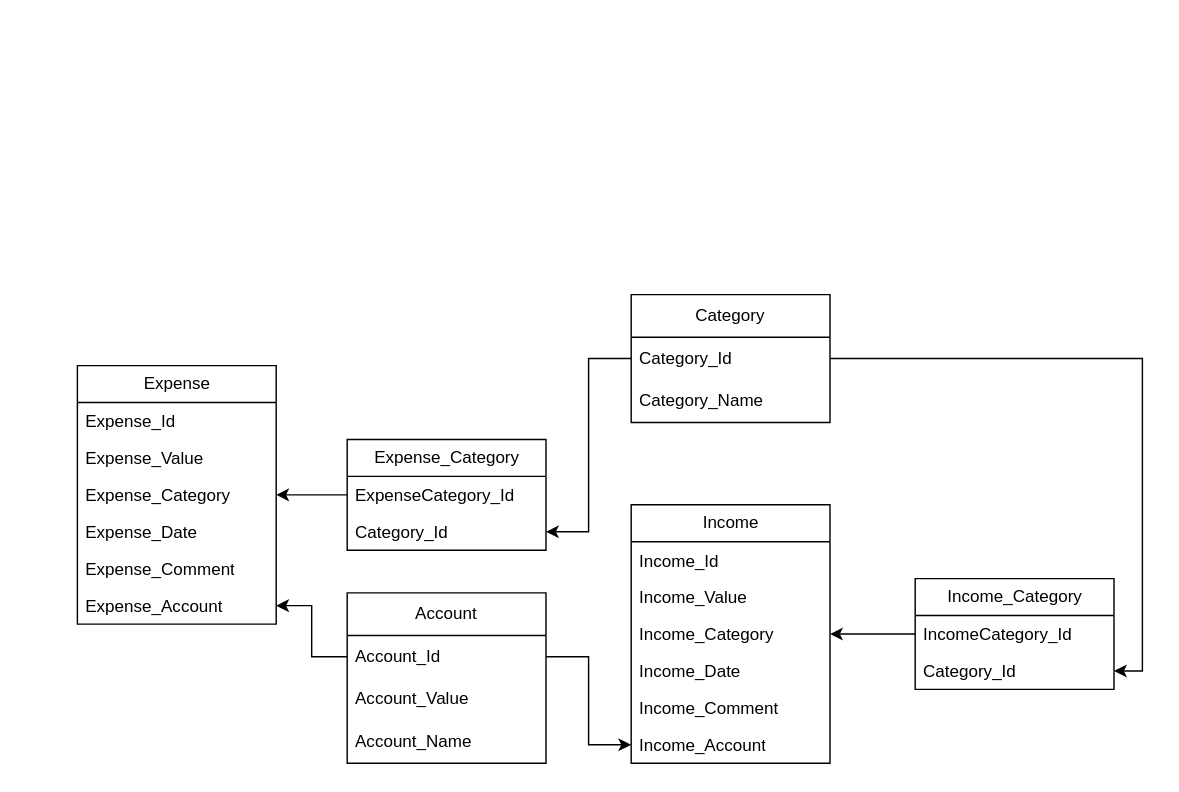
Before: MoneyTrackerDiagram.drawio in coll4psed/MoneyTracker, a draw.io diagram. Source tidied: cells renumbered, new cells numbered last; positions are measured from the earlier drawing's top-left corner, leaving out a move shared by most shapes. Both pictures are drawn from the tidied source at 142%, with x=0, y=0 at pixel (77, 294).
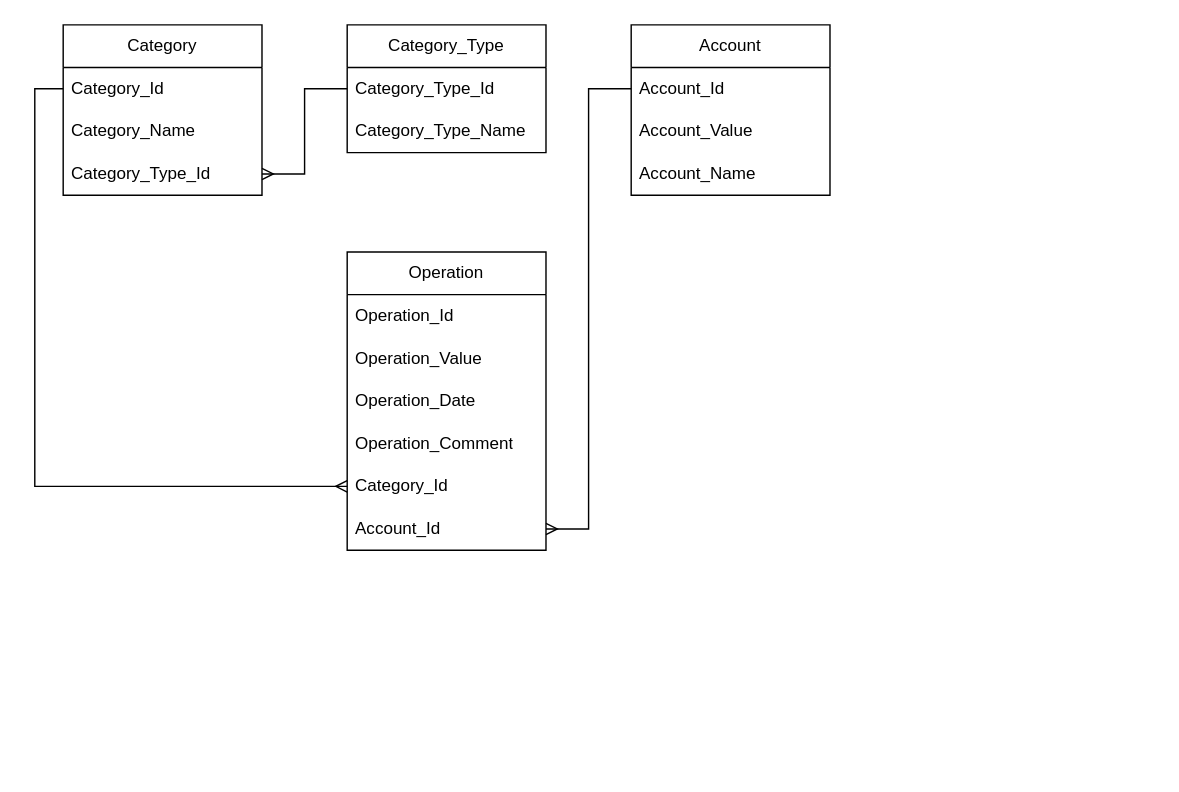
The same diagram, later.

The change refers to these unchanged cells:
```xml
<mxCell id="25" value="Account_Id" style="text;strokeColor=none;fillColor=none;align=left;verticalAlign=middle;spacingLeft=4;spacingRight=4;overflow=hidden;points=[[0,0.5],[1,0.5]];portConstraint=eastwest;whiteSpace=wrap;html=1;" parent="24" vertex="1">
  <mxGeometry y="30" width="140" height="30" as="geometry" />
</mxCell>
<mxCell id="31" value="Category_Id" style="text;strokeColor=none;fillColor=none;align=left;verticalAlign=middle;spacingLeft=4;spacingRight=4;overflow=hidden;points=[[0,0.5],[1,0.5]];portConstraint=eastwest;whiteSpace=wrap;html=1;" parent="30" vertex="1">
  <mxGeometry y="30" width="140" height="30" as="geometry" />
</mxCell>
```

Change to the diagram source:
```diff
@@
-    <mxCell id="2" value="Expense" style="swimlane;fontStyle=0;horizontal=1;startSize=26;fillColor=none;html=1;" parent="1" vertex="1">
-      <mxGeometry y="50" width="140" height="182" as="geometry" />
-    </mxCell>
-    <mxCell id="3" value="Expense_Id" style="text;strokeColor=none;fillColor=none;align=left;verticalAlign=top;spacingLeft=4;spacingRight=4;overflow=hidden;whiteSpace=wrap;html=1;" parent="2" vertex="1">
-      <mxGeometry y="26" width="140" height="26" as="geometry" />
-    </mxCell>
-    <mxCell id="4" value="Expense_Value" style="text;strokeColor=none;fillColor=none;align=left;verticalAlign=top;spacingLeft=4;spacingRight=4;overflow=hidden;whiteSpace=wrap;html=1;" parent="2" vertex="1">
-      <mxGeometry y="52" width="140" height="26" as="geometry" />
-    </mxCell>
-    <mxCell id="5" value="Expense_Category" style="text;strokeColor=none;fillColor=none;align=left;verticalAlign=top;spacingLeft=4;spacingRight=4;overflow=hidden;points=[[0,0.5],[1,0.5]];portConstraint=eastwest;whiteSpace=wrap;html=1;" parent="2" vertex="1">
-      <mxGeometry y="78" width="140" height="26" as="geometry" />
-    </mxCell>
-    <mxCell id="6" value="Expense_Date" style="text;strokeColor=none;fillColor=none;align=left;verticalAlign=top;spacingLeft=4;spacingRight=4;overflow=hidden;whiteSpace=wrap;html=1;" parent="2" vertex="1">
-      <mxGeometry y="104" width="140" height="26" as="geometry" />
-    </mxCell>
-    <mxCell id="7" value="Expense_Comment" style="text;strokeColor=none;fillColor=none;align=left;verticalAlign=top;spacingLeft=4;spacingRight=4;overflow=hidden;whiteSpace=wrap;html=1;" parent="2" vertex="1">
-      <mxGeometry y="130" width="140" height="26" as="geometry" />
-    </mxCell>
-    <mxCell id="8" value="Expense_Account" style="text;strokeColor=none;fillColor=none;align=left;verticalAlign=top;spacingLeft=4;spacingRight=4;overflow=hidden;points=[[0,0.5],[1,0.5]];portConstraint=eastwest;whiteSpace=wrap;html=1;" parent="2" vertex="1">
-      <mxGeometry y="156" width="140" height="26" as="geometry" />
-    </mxCell>
-    <mxCell id="9" value="Expense_Category" style="swimlane;fontStyle=0;horizontal=1;startSize=26;fillColor=none;html=1;" parent="1" vertex="1">
-      <mxGeometry x="190" y="102" width="140" height="78" as="geometry" />
-    </mxCell>
-    <mxCell id="10" value="ExpenseCategory_Id" style="text;strokeColor=none;fillColor=none;align=left;verticalAlign=top;spacingLeft=4;spacingRight=4;overflow=hidden;points=[[0,0.5],[1,0.5]];portConstraint=eastwest;whiteSpace=wrap;html=1;" parent="9" vertex="1">
-      <mxGeometry y="26" width="140" height="26" as="geometry" />
-    </mxCell>
-    <mxCell id="11" value="Category_Id" style="text;strokeColor=none;fillColor=none;align=left;verticalAlign=top;spacingLeft=4;spacingRight=4;overflow=hidden;points=[[0,0.5],[1,0.5]];portConstraint=eastwest;whiteSpace=wrap;html=1;" parent="9" vertex="1">
-      <mxGeometry y="52" width="140" height="26" as="geometry" />
-    </mxCell>
-    <mxCell id="12" style="edgeStyle=orthogonalEdgeStyle;rounded=0;jettySize=auto;html=1;exitX=0;exitY=0.5;exitDx=0;exitDy=0;entryX=1;entryY=0.5;entryDx=0;entryDy=0;" parent="1" edge="1" source="10" target="5">
-      <mxGeometry relative="1" as="geometry" />
-    </mxCell>
-    <mxCell id="13" value="Income" style="swimlane;fontStyle=0;horizontal=1;startSize=26;fillColor=none;html=1;" parent="1" vertex="1">
-      <mxGeometry x="390" y="148" width="140" height="182" as="geometry" />
-    </mxCell>
-    <mxCell id="14" value="Income_Id" style="text;strokeColor=none;fillColor=none;align=left;verticalAlign=top;spacingLeft=4;spacingRight=4;overflow=hidden;whiteSpace=wrap;html=1;" parent="13" vertex="1">
-      <mxGeometry y="26" width="140" height="26" as="geometry" />
-    </mxCell>
-    <mxCell id="15" value="Income_Value" style="text;strokeColor=none;fillColor=none;align=left;verticalAlign=top;spacingLeft=4;spacingRight=4;overflow=hidden;whiteSpace=wrap;html=1;" parent="13" vertex="1">
-      <mxGeometry y="52" width="140" height="26" as="geometry" />
-    </mxCell>
-    <mxCell id="16" value="Income_Category" style="text;strokeColor=none;fillColor=none;align=left;verticalAlign=top;spacingLeft=4;spacingRight=4;overflow=hidden;points=[[0,0.5],[1,0.5]];portConstraint=eastwest;whiteSpace=wrap;html=1;" parent="13" vertex="1">
-      <mxGeometry y="78" width="140" height="26" as="geometry" />
-    </mxCell>
-    <mxCell id="17" value="Income_Date" style="text;strokeColor=none;fillColor=none;align=left;verticalAlign=top;spacingLeft=4;spacingRight=4;overflow=hidden;whiteSpace=wrap;html=1;" parent="13" vertex="1">
-      <mxGeometry y="104" width="140" height="26" as="geometry" />
-    </mxCell>
-    <mxCell id="18" value="Income_Comment" style="text;strokeColor=none;fillColor=none;align=left;verticalAlign=top;spacingLeft=4;spacingRight=4;overflow=hidden;whiteSpace=wrap;html=1;" parent="13" vertex="1">
-      <mxGeometry y="130" width="140" height="26" as="geometry" />
-    </mxCell>
-    <mxCell id="19" value="Income_Account" style="text;strokeColor=none;fillColor=none;align=left;verticalAlign=top;spacingLeft=4;spacingRight=4;overflow=hidden;points=[[0,0.5],[1,0.5]];portConstraint=eastwest;whiteSpace=wrap;html=1;" parent="13" vertex="1">
-      <mxGeometry y="156" width="140" height="26" as="geometry" />
-    </mxCell>
-    <mxCell id="20" value="Income_Category" style="swimlane;fontStyle=0;horizontal=1;startSize=26;fillColor=none;html=1;" parent="1" vertex="1">
-      <mxGeometry x="590" y="200" width="140" height="78" as="geometry" />
-    </mxCell>
-    <mxCell id="21" value="IncomeCategory_Id" style="text;strokeColor=none;fillColor=none;align=left;verticalAlign=top;spacingLeft=4;spacingRight=4;overflow=hidden;points=[[0,0.5],[1,0.5]];portConstraint=eastwest;whiteSpace=wrap;html=1;" parent="20" vertex="1">
-      <mxGeometry y="26" width="140" height="26" as="geometry" />
-    </mxCell>
-    <mxCell id="22" value="Category_Id" style="text;strokeColor=none;fillColor=none;align=left;verticalAlign=top;spacingLeft=4;spacingRight=4;overflow=hidden;points=[[0,0.5],[1,0.5]];portConstraint=eastwest;whiteSpace=wrap;html=1;" parent="20" vertex="1">
-      <mxGeometry y="52" width="140" height="26" as="geometry" />
-    </mxCell>
-    <mxCell id="23" style="edgeStyle=orthogonalEdgeStyle;rounded=0;jettySize=auto;html=1;exitX=0;exitY=0.5;exitDx=0;exitDy=0;entryX=1;entryY=0.5;entryDx=0;entryDy=0;" parent="1" edge="1" source="21" target="16">
-      <mxGeometry relative="1" as="geometry" />
-    </mxCell>
     <mxCell id="24" value="Account" style="swimlane;fontStyle=0;horizontal=1;startSize=30;whiteSpace=wrap;html=1;" parent="1" vertex="1">
-      <mxGeometry x="190" y="210" width="140" height="120" as="geometry" />
+      <mxGeometry x="390" y="-190" width="140" height="120" as="geometry" />
     </mxCell>
@@
-    <mxCell id="28" style="edgeStyle=orthogonalEdgeStyle;rounded=0;jettySize=auto;html=1;exitX=0;exitY=0.5;exitDx=0;exitDy=0;entryX=1;entryY=0.5;entryDx=0;entryDy=0;" parent="1" edge="1" source="25" target="8">
-      <mxGeometry relative="1" as="geometry" />
-    </mxCell>
-    <mxCell id="29" style="edgeStyle=orthogonalEdgeStyle;rounded=0;jettySize=auto;html=1;exitX=1;exitY=0.5;exitDx=0;exitDy=0;entryX=0;entryY=0.5;entryDx=0;entryDy=0;" parent="1" edge="1" source="25" target="19">
-      <mxGeometry relative="1" as="geometry" />
-    </mxCell>
     <mxCell id="30" value="Category" style="swimlane;fontStyle=0;horizontal=1;startSize=30;whiteSpace=wrap;html=1;" parent="1" vertex="1">
-      <mxGeometry x="390" width="140" height="90" as="geometry" />
+      <mxGeometry x="-10" y="-190" width="140" height="120" as="geometry" />
     </mxCell>
@@
-    <mxCell id="33" style="edgeStyle=orthogonalEdgeStyle;rounded=0;jettySize=auto;html=1;exitX=0;exitY=0.5;exitDx=0;exitDy=0;entryX=1;entryY=0.5;entryDx=0;entryDy=0;" parent="1" edge="1" source="31" target="11">
-      <mxGeometry relative="1" as="geometry" />
-    </mxCell>
-    <mxCell id="34" style="edgeStyle=orthogonalEdgeStyle;rounded=0;jettySize=auto;html=1;exitX=1;exitY=0.5;exitDx=0;exitDy=0;entryX=1;entryY=0.5;entryDx=0;entryDy=0;" parent="1" edge="1" source="31" target="22">
-      <mxGeometry relative="1" as="geometry" />
-    </mxCell>
+    <mxCell id="35" value="Category_Type_Id" style="text;strokeColor=none;fillColor=none;align=left;verticalAlign=middle;spacingLeft=4;spacingRight=4;overflow=hidden;points=[[0,0.5],[1,0.5]];portConstraint=eastwest;whiteSpace=wrap;html=1;" parent="30" vertex="1">
+      <mxGeometry y="90" width="140" height="30" as="geometry" />
+    </mxCell>
+    <mxCell id="36" value="Category_Type" style="swimlane;fontStyle=0;horizontal=1;startSize=30;whiteSpace=wrap;html=1;" parent="1" vertex="1">
+      <mxGeometry x="190" y="-190" width="140" height="90" as="geometry" />
+    </mxCell>
+    <mxCell id="37" value="Category_Type_Id" style="text;strokeColor=none;fillColor=none;align=left;verticalAlign=middle;spacingLeft=4;spacingRight=4;overflow=hidden;points=[[0,0.5],[1,0.5]];portConstraint=eastwest;whiteSpace=wrap;html=1;" parent="36" vertex="1">
+      <mxGeometry y="30" width="140" height="30" as="geometry" />
+    </mxCell>
+    <mxCell id="38" value="Category_Type_Name" style="text;strokeColor=none;fillColor=none;align=left;verticalAlign=middle;spacingLeft=4;spacingRight=4;overflow=hidden;whiteSpace=wrap;html=1;" parent="36" vertex="1">
+      <mxGeometry y="60" width="140" height="30" as="geometry" />
+    </mxCell>
+    <mxCell id="39" style="edgeStyle=orthogonalEdgeStyle;rounded=0;jettySize=auto;html=1;exitX=0;exitY=0.5;exitDx=0;exitDy=0;entryX=1;entryY=0.5;entryDx=0;entryDy=0;endArrow=ERmany;endFill=0;" parent="1" edge="1" source="37" target="35">
+      <mxGeometry relative="1" as="geometry" />
+    </mxCell>
+    <mxCell id="40" value="Operation" style="swimlane;fontStyle=0;horizontal=1;startSize=30;whiteSpace=wrap;html=1;" parent="1" vertex="1">
+      <mxGeometry x="190" y="-30" width="140" height="210" as="geometry" />
+    </mxCell>
+    <mxCell id="41" value="Operation_Id" style="text;strokeColor=none;fillColor=none;align=left;verticalAlign=middle;spacingLeft=4;spacingRight=4;overflow=hidden;whiteSpace=wrap;html=1;" parent="40" vertex="1">
+      <mxGeometry y="30" width="140" height="30" as="geometry" />
+    </mxCell>
+    <mxCell id="42" value="Operation_Value" style="text;strokeColor=none;fillColor=none;align=left;verticalAlign=middle;spacingLeft=4;spacingRight=4;overflow=hidden;whiteSpace=wrap;html=1;" parent="40" vertex="1">
+      <mxGeometry y="60" width="140" height="30" as="geometry" />
+    </mxCell>
+    <mxCell id="43" value="Operation_Date" style="text;strokeColor=none;fillColor=none;align=left;verticalAlign=middle;spacingLeft=4;spacingRight=4;overflow=hidden;whiteSpace=wrap;html=1;" parent="40" vertex="1">
+      <mxGeometry y="90" width="140" height="30" as="geometry" />
+    </mxCell>
+    <mxCell id="44" value="Operation_Comment" style="text;strokeColor=none;fillColor=none;align=left;verticalAlign=middle;spacingLeft=4;spacingRight=4;overflow=hidden;whiteSpace=wrap;html=1;" parent="40" vertex="1">
+      <mxGeometry y="120" width="140" height="30" as="geometry" />
+    </mxCell>
+    <mxCell id="45" value="Category_Id" style="text;strokeColor=none;fillColor=none;align=left;verticalAlign=middle;spacingLeft=4;spacingRight=4;overflow=hidden;points=[[0,0.5],[1,0.5]];portConstraint=eastwest;whiteSpace=wrap;html=1;" parent="40" vertex="1">
+      <mxGeometry y="150" width="140" height="30" as="geometry" />
+    </mxCell>
+    <mxCell id="46" value="Account_Id" style="text;strokeColor=none;fillColor=none;align=left;verticalAlign=middle;spacingLeft=4;spacingRight=4;overflow=hidden;points=[[0,0.5],[1,0.5]];portConstraint=eastwest;whiteSpace=wrap;html=1;" parent="40" vertex="1">
+      <mxGeometry y="180" width="140" height="30" as="geometry" />
+    </mxCell>
+    <mxCell id="47" style="edgeStyle=orthogonalEdgeStyle;rounded=0;jettySize=auto;html=1;exitX=0;exitY=0.5;exitDx=0;exitDy=0;entryX=0;entryY=0.5;entryDx=0;entryDy=0;endArrow=ERmany;endFill=0;" parent="1" edge="1" source="31" target="45">
+      <mxGeometry relative="1" as="geometry" />
+    </mxCell>
+    <mxCell id="48" style="edgeStyle=orthogonalEdgeStyle;rounded=0;jettySize=auto;html=1;exitX=0;exitY=0.5;exitDx=0;exitDy=0;entryX=1;entryY=0.5;entryDx=0;entryDy=0;endArrow=ERmany;endFill=0;" parent="1" edge="1" source="25" target="46">
+      <mxGeometry relative="1" as="geometry" />
+    </mxCell>
```
